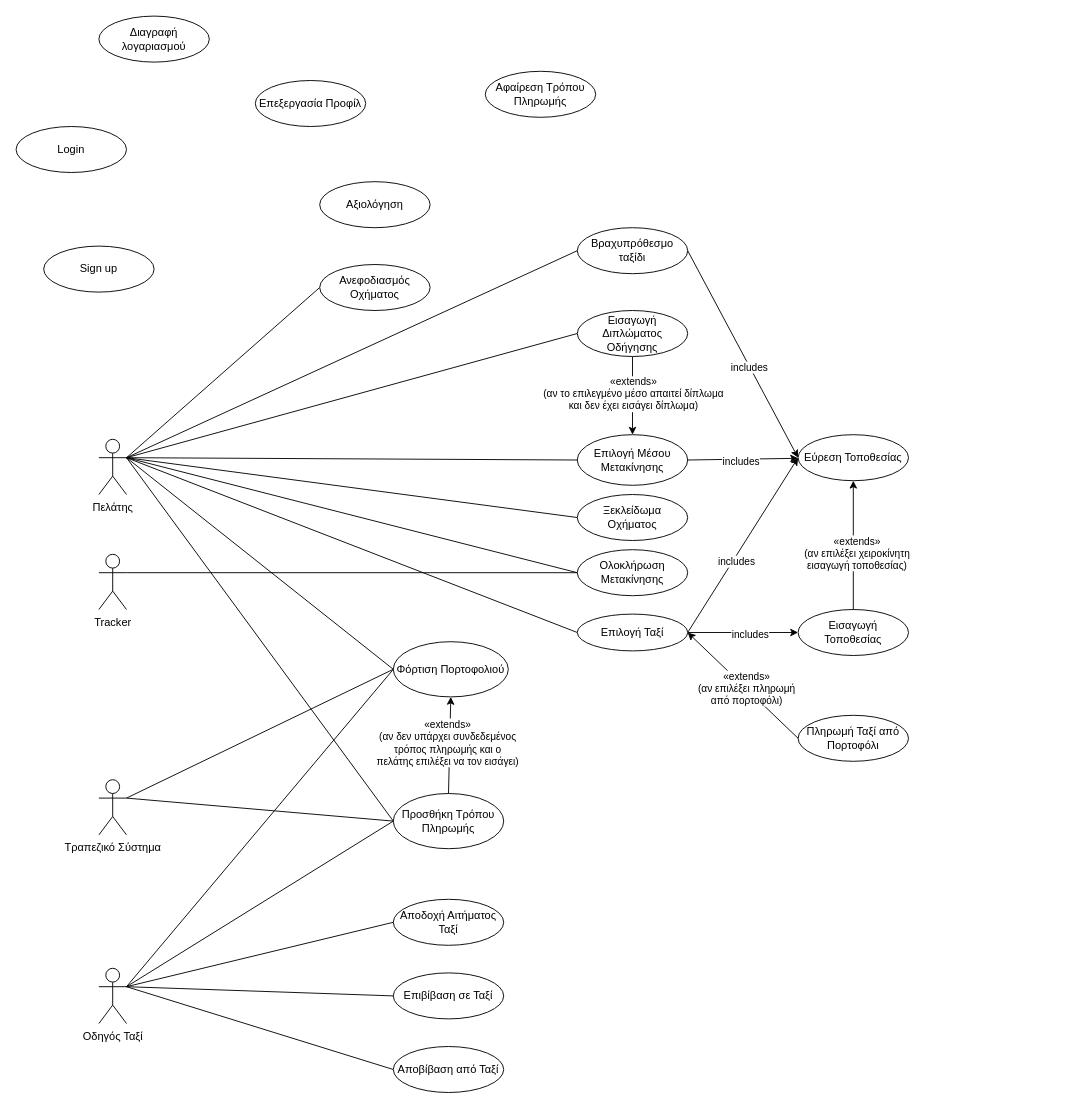
This is Part_1/Use_Case/usecases.drawio from Nikolis2002/texnoligia_logismikou, a draw.io file, before an edit. Source tidied: cells renumbered, new cells numbered last; positions are measured from the earlier drawing's top-left corner, leaving out a move shared by most shapes. Both pictures are drawn from the tidied source at 92%, with x=0, y=0 at pixel (16, 16).
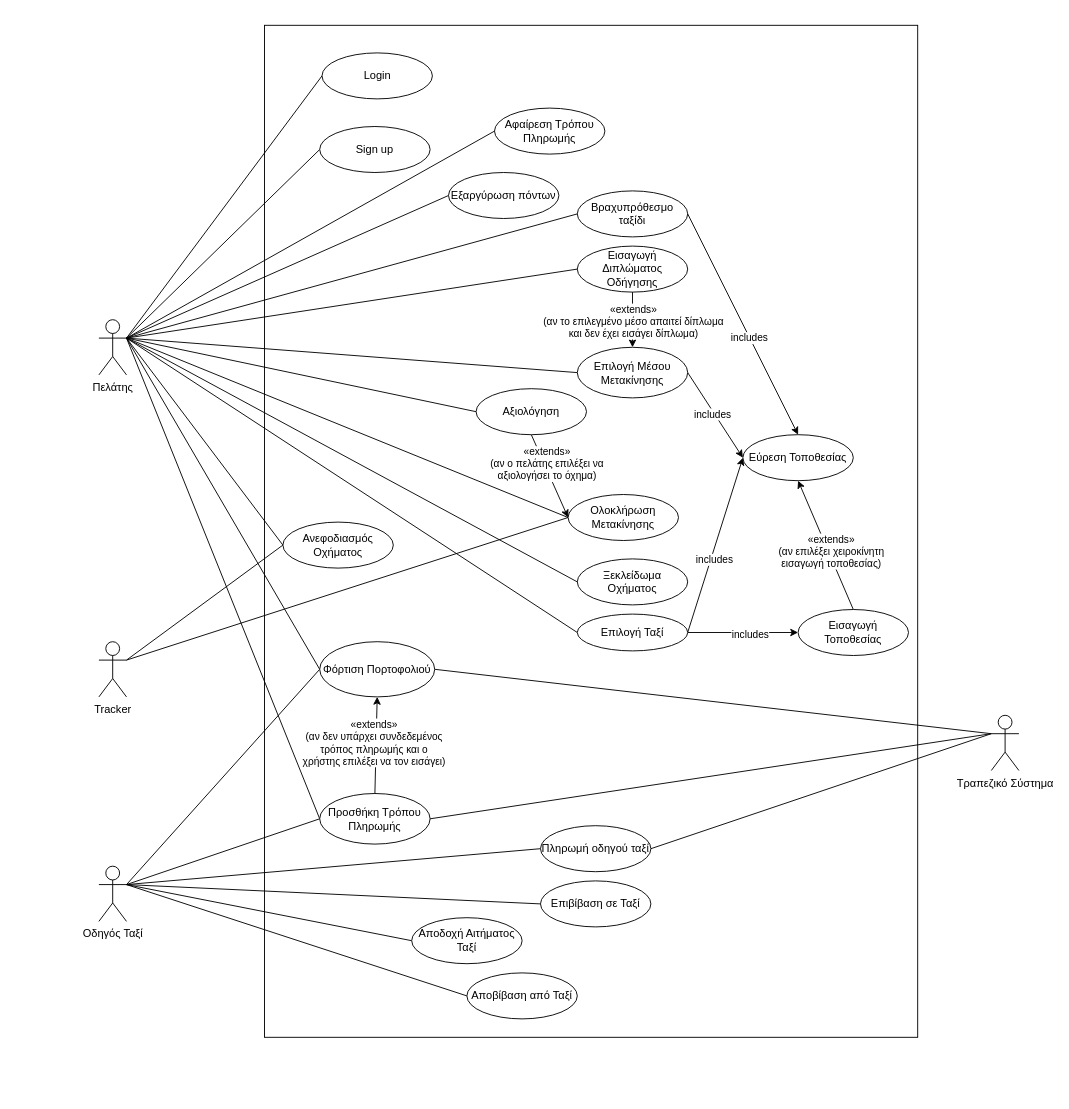
The same page after the edit.

Commit message (it also covers changes not shown here):
Fixed use case diagram

The change refers to these unchanged cells:
```xml
<mxCell id="32" style="rounded=0;jettySize=auto;html=1;exitX=0.5;exitY=0;exitDx=0;exitDy=0;entryX=0.5;entryY=1;entryDx=0;entryDy=0;" parent="1" edge="1" source="28" target="34">
  <mxGeometry relative="1" as="geometry" />
</mxCell>
```

Change to the diagram source:
```diff
@@
+    <mxCell id="60" style="rounded=0;whiteSpace=wrap;html=1;gradientColor=default;fillColor=none;" parent="1" vertex="1">
+      <mxGeometry x="270" y="10" width="710" height="1100" as="geometry" />
+    </mxCell>
@@
+    <mxCell id="61" style="rounded=0;jettySize=auto;html=1;exitX=1;exitY=0.3333333333333333;exitDx=0;exitDy=0;exitPerimeter=0;entryX=0;entryY=0.5;entryDx=0;entryDy=0;endArrow=none;endFill=0;" parent="1" edge="1" source="7" target="71">
+      <mxGeometry relative="1" as="geometry" />
+    </mxCell>
     <mxCell id="7" value="Οδηγός Ταξί" style="shape=umlActor;verticalLabelPosition=bottom;verticalAlign=top;html=1;outlineConnect=0;" parent="1" vertex="1">
-      <mxGeometry x="90" y="1035" width="30" height="60" as="geometry" />
+      <mxGeometry x="90" y="924" width="30" height="60" as="geometry" />
     </mxCell>
@@
-    <mxCell id="16" style="rounded=0;jettySize=auto;html=1;exitX=1;exitY=0.3333333333333333;exitDx=0;exitDy=0;exitPerimeter=0;entryX=0;entryY=0.5;entryDx=0;entryDy=0;endArrow=none;endFill=0;" parent="1" edge="1" source="17" target="54">
+    <mxCell id="16" style="rounded=0;jettySize=auto;html=1;exitX=1;exitY=0.3333333333333333;exitDx=0;exitDy=0;exitPerimeter=0;entryX=0;entryY=0.5;entryDx=0;entryDy=0;endArrow=none;endFill=0;" parent="1" edge="1" source="17" target="72">
       <mxGeometry relative="1" as="geometry" />
     </mxCell>
+    <mxCell id="62" style="rounded=0;jettySize=auto;html=1;exitX=1;exitY=0.3333333333333333;exitDx=0;exitDy=0;exitPerimeter=0;entryX=0;entryY=0.5;entryDx=0;entryDy=0;endArrow=none;endFill=0;" parent="1" edge="1" source="17" target="55">
+      <mxGeometry relative="1" as="geometry" />
+    </mxCell>
+    <mxCell id="63" style="rounded=0;jettySize=auto;html=1;exitX=1;exitY=0.3333333333333333;exitDx=0;exitDy=0;exitPerimeter=0;entryX=0;entryY=0.5;entryDx=0;entryDy=0;endArrow=none;endFill=0;" parent="1" edge="1" source="17" target="54">
+      <mxGeometry relative="1" as="geometry" />
+    </mxCell>
+    <mxCell id="64" style="rounded=0;jettySize=auto;html=1;exitX=1;exitY=0.3333333333333333;exitDx=0;exitDy=0;exitPerimeter=0;entryX=0;entryY=0.5;entryDx=0;entryDy=0;endArrow=none;endFill=0;" parent="1" edge="1" source="17" target="57">
+      <mxGeometry relative="1" as="geometry" />
+    </mxCell>
+    <mxCell id="65" style="rounded=0;jettySize=auto;html=1;exitX=1;exitY=0.3333333333333333;exitDx=0;exitDy=0;exitPerimeter=0;entryX=0;entryY=0.5;entryDx=0;entryDy=0;endArrow=none;endFill=0;" parent="1" edge="1" source="17" target="58">
+      <mxGeometry relative="1" as="geometry" />
+    </mxCell>
+    <mxCell id="66" style="rounded=0;jettySize=auto;html=1;exitX=1;exitY=0.3333333333333333;exitDx=0;exitDy=0;exitPerimeter=0;entryX=0;entryY=0.5;entryDx=0;entryDy=0;endArrow=none;endFill=0;" parent="1" edge="1" source="17" target="49">
+      <mxGeometry relative="1" as="geometry" />
+    </mxCell>
     <mxCell id="17" value="Πελάτης" style="shape=umlActor;verticalLabelPosition=bottom;verticalAlign=top;html=1;outlineConnect=0;" parent="1" vertex="1">
-      <mxGeometry x="90" y="460" width="30" height="60" as="geometry" />
+      <mxGeometry x="90" y="330" width="30" height="60" as="geometry" />
     </mxCell>
@@
+    <mxCell id="67" style="rounded=0;jettySize=auto;html=1;exitX=1;exitY=0.3333333333333333;exitDx=0;exitDy=0;exitPerimeter=0;entryX=0;entryY=0.5;entryDx=0;entryDy=0;endArrow=none;endFill=0;" parent="1" edge="1" source="19" target="54">
+      <mxGeometry relative="1" as="geometry" />
+    </mxCell>
     <mxCell id="19" value="Tracker" style="shape=umlActor;verticalLabelPosition=bottom;verticalAlign=top;html=1;outlineConnect=0;" parent="1" vertex="1">
-      <mxGeometry x="90" y="585" width="30" height="60" as="geometry" />
+      <mxGeometry x="90" y="680" width="30" height="60" as="geometry" />
     </mxCell>
-    <mxCell id="20" style="rounded=0;jettySize=auto;html=1;exitX=1;exitY=0.5;exitDx=0;exitDy=0;" parent="1" edge="1" source="22" target="50">
+    <mxCell id="20" style="rounded=0;jettySize=auto;html=1;exitX=1;exitY=0.5;exitDx=0;exitDy=0;entryX=0;entryY=0.5;entryDx=0;entryDy=0;" parent="1" edge="1" source="22" target="50">
       <mxGeometry relative="1" as="geometry" />
     </mxCell>
@@
-    <mxCell id="22" value="Επιλογή Μέσου Μετακίνησης" style="ellipse;whiteSpace=wrap;html=1;" parent="1" vertex="1">
-      <mxGeometry x="610" y="455" width="120" height="55" as="geometry" />
+    <mxCell id="22" value="Επιλογή Μέσου Μετακίνησης" style="ellipse;whiteSpace=wrap;html=1;strokeWidth=1;" parent="1" vertex="1">
+      <mxGeometry x="610" y="360" width="120" height="55" as="geometry" />
     </mxCell>
-    <mxCell id="23" style="edgeStyle=orthogonalEdgeStyle;rounded=0;jettySize=auto;html=1;exitX=0.5;exitY=1;exitDx=0;exitDy=0;entryX=0.5;entryY=0;entryDx=0;entryDy=0;" parent="1" edge="1" source="25" target="22">
+    <mxCell id="23" style="rounded=0;jettySize=auto;html=1;exitX=0.5;exitY=1;exitDx=0;exitDy=0;entryX=0.5;entryY=0;entryDx=0;entryDy=0;" parent="1" edge="1" source="25" target="22">
       <mxGeometry relative="1" as="geometry" />
     </mxCell>
@@
-    <mxCell id="25" value="Εισαγωγή Διπλώματος Οδήγησης" style="ellipse;whiteSpace=wrap;html=1;" parent="1" vertex="1">
-      <mxGeometry x="610" y="320" width="120" height="50" as="geometry" />
+    <mxCell id="25" value="Εισαγωγή Διπλώματος Οδήγησης" style="ellipse;whiteSpace=wrap;html=1;strokeWidth=1;" parent="1" vertex="1">
+      <mxGeometry x="610" y="250" width="120" height="50" as="geometry" />
     </mxCell>
-    <mxCell id="26" value="Ξεκλείδωμα Οχήματος" style="ellipse;whiteSpace=wrap;html=1;" parent="1" vertex="1">
-      <mxGeometry x="610" y="520" width="120" height="50" as="geometry" />
+    <mxCell id="26" value="Ξεκλείδωμα Οχήματος" style="ellipse;whiteSpace=wrap;html=1;strokeWidth=1;" parent="1" vertex="1">
+      <mxGeometry x="610" y="590" width="120" height="50" as="geometry" />
     </mxCell>
-    <mxCell id="27" value="Ολοκλήρωση Μετακίνησης" style="ellipse;whiteSpace=wrap;html=1;" parent="1" vertex="1">
-      <mxGeometry x="610" y="580" width="120" height="50" as="geometry" />
+    <mxCell id="27" value="Ολοκλήρωση Μετακίνησης" style="ellipse;whiteSpace=wrap;html=1;perimeterSpacing=0;strokeWidth=1;" parent="1" vertex="1">
+      <mxGeometry x="600" y="520" width="120" height="50" as="geometry" />
     </mxCell>
-    <mxCell id="28" value="Προσθήκη Τρόπου Πληρωμής" style="ellipse;whiteSpace=wrap;html=1;" parent="1" vertex="1">
-      <mxGeometry x="410" y="845" width="120" height="60" as="geometry" />
+    <mxCell id="28" value="Προσθήκη Τρόπου Πληρωμής" style="ellipse;whiteSpace=wrap;html=1;strokeWidth=1;" parent="1" vertex="1">
+      <mxGeometry x="330" y="845" width="120" height="55" as="geometry" />
     </mxCell>
-    <mxCell id="29" style="rounded=0;jettySize=auto;html=1;exitX=1;exitY=0.3333333333333333;exitDx=0;exitDy=0;exitPerimeter=0;entryX=0;entryY=0.5;entryDx=0;entryDy=0;endArrow=none;endFill=0;" parent="1" edge="1" source="31" target="28">
+    <mxCell id="29" style="rounded=0;jettySize=auto;html=1;entryX=1;entryY=0.5;entryDx=0;entryDy=0;endArrow=none;endFill=0;exitX=0;exitY=0.3333333333333333;exitDx=0;exitDy=0;exitPerimeter=0;" parent="1" edge="1" source="31" target="28">
       <mxGeometry relative="1" as="geometry" />
     </mxCell>
-    <mxCell id="30" style="rounded=0;jettySize=auto;html=1;exitX=1;exitY=0.3333333333333333;exitDx=0;exitDy=0;exitPerimeter=0;entryX=0;entryY=0.5;entryDx=0;entryDy=0;startArrow=none;startFill=0;endArrow=none;endFill=0;" parent="1" edge="1" source="31" target="34">
+    <mxCell id="30" style="rounded=0;jettySize=auto;html=1;exitX=0;exitY=0.3333333333333333;exitDx=0;exitDy=0;exitPerimeter=0;entryX=1;entryY=0.5;entryDx=0;entryDy=0;startArrow=none;startFill=0;endArrow=none;endFill=0;" parent="1" edge="1" source="31" target="34">
       <mxGeometry relative="1" as="geometry" />
     </mxCell>
+    <mxCell id="68" style="rounded=0;jettySize=auto;html=1;exitX=0;exitY=0.3333333333333333;exitDx=0;exitDy=0;exitPerimeter=0;entryX=1;entryY=0.5;entryDx=0;entryDy=0;endArrow=none;endFill=0;" parent="1" edge="1" source="31" target="71">
+      <mxGeometry relative="1" as="geometry" />
+    </mxCell>
     <mxCell id="31" value="Τραπεζικό Σύστημα" style="shape=umlActor;verticalLabelPosition=bottom;verticalAlign=top;html=1;outlineConnect=0;" parent="1" vertex="1">
-      <mxGeometry x="90" y="830" width="30" height="60" as="geometry" />
+      <mxGeometry x="1060" y="760" width="30" height="60" as="geometry" />
     </mxCell>
@@
-    <mxCell id="33" value="«extends»&lt;div&gt;(αν δεν υπάρχει συνδεδεμένος&lt;/div&gt;&lt;div&gt;τρόπος πληρωμής και ο&lt;/div&gt;&lt;div&gt;πελάτης επιλέξει να τον εισάγει)&lt;/div&gt;" style="edgeLabel;html=1;align=center;verticalAlign=middle;" parent="32" vertex="1">
+    <mxCell id="33" value="«extends»&lt;div&gt;(αν δεν υπάρχει συνδεδεμένος&lt;/div&gt;&lt;div&gt;τρόπος πληρωμής και ο&lt;/div&gt;&lt;div&gt;χρήστης επιλέξει να τον εισάγει)&lt;/div&gt;" style="edgeLabel;html=1;align=center;verticalAlign=middle;" parent="32" vertex="1">
       <mxGeometry x="0.05" y="3" relative="1" as="geometry" />
     </mxCell>
-    <mxCell id="34" value="Φόρτιση Πορτοφολιού" style="ellipse;whiteSpace=wrap;html=1;" parent="1" vertex="1">
-      <mxGeometry x="410" y="680" width="125" height="60" as="geometry" />
+    <mxCell id="34" value="Φόρτιση Πορτοφολιού" style="ellipse;whiteSpace=wrap;html=1;strokeWidth=1;" parent="1" vertex="1">
+      <mxGeometry x="330" y="680" width="125" height="60" as="geometry" />
     </mxCell>
@@
-    <mxCell id="39" value="Επιλογή Ταξί" style="ellipse;whiteSpace=wrap;html=1;" parent="1" vertex="1">
+    <mxCell id="39" value="Επιλογή Ταξί" style="ellipse;whiteSpace=wrap;html=1;strokeWidth=1;" parent="1" vertex="1">
       <mxGeometry x="610" y="650" width="120" height="40" as="geometry" />
     </mxCell>
-    <mxCell id="40" value="Αποδοχή Αιτήματος Ταξί" style="ellipse;whiteSpace=wrap;html=1;" parent="1" vertex="1">
-      <mxGeometry x="410" y="960" width="120" height="50" as="geometry" />
+    <mxCell id="40" value="Αποδοχή Αιτήματος Ταξί" style="ellipse;whiteSpace=wrap;html=1;strokeWidth=1;" parent="1" vertex="1">
+      <mxGeometry x="430" y="980" width="120" height="50" as="geometry" />
     </mxCell>
-    <mxCell id="41" value="Αποβίβαση από Ταξί" style="ellipse;whiteSpace=wrap;html=1;" parent="1" vertex="1">
-      <mxGeometry x="410" y="1120" width="120" height="50" as="geometry" />
+    <mxCell id="41" value="Αποβίβαση από Ταξί" style="ellipse;whiteSpace=wrap;html=1;strokeWidth=1;" parent="1" vertex="1">
+      <mxGeometry x="490" y="1040" width="120" height="50" as="geometry" />
     </mxCell>
-    <mxCell id="42" value="Επιβίβαση σε Ταξί" style="ellipse;whiteSpace=wrap;html=1;" parent="1" vertex="1">
-      <mxGeometry x="410" y="1040" width="120" height="50" as="geometry" />
+    <mxCell id="42" value="Επιβίβαση σε Ταξί" style="ellipse;whiteSpace=wrap;html=1;strokeWidth=1;" parent="1" vertex="1">
+      <mxGeometry x="570" y="940" width="120" height="50" as="geometry" />
     </mxCell>
-    <mxCell id="43" style="rounded=0;jettySize=auto;html=1;exitX=1;exitY=0.5;exitDx=0;exitDy=0;entryX=0;entryY=0.5;entryDx=0;entryDy=0;" parent="1" edge="1" source="45" target="50">
+    <mxCell id="43" style="rounded=0;jettySize=auto;html=1;exitX=1;exitY=0.5;exitDx=0;exitDy=0;entryX=0.5;entryY=0;entryDx=0;entryDy=0;" parent="1" edge="1" source="45" target="50">
       <mxGeometry relative="1" as="geometry" />
     </mxCell>
@@
-    <mxCell id="45" value="Βραχυπρόθεσμο ταξίδι" style="ellipse;whiteSpace=wrap;html=1;" parent="1" vertex="1">
-      <mxGeometry x="610" y="230" width="120" height="50" as="geometry" />
+    <mxCell id="45" value="Βραχυπρόθεσμο ταξίδι" style="ellipse;whiteSpace=wrap;html=1;strokeWidth=1;" parent="1" vertex="1">
+      <mxGeometry x="610" y="190" width="120" height="50" as="geometry" />
     </mxCell>
-    <mxCell id="46" style="rounded=0;jettySize=auto;html=1;exitX=0;exitY=0.5;exitDx=0;exitDy=0;entryX=1;entryY=0.5;entryDx=0;entryDy=0;" parent="1" edge="1" source="48" target="39">
-      <mxGeometry relative="1" as="geometry" />
-    </mxCell>
-    <mxCell id="47" value="«extends»&lt;div&gt;(αν επιλέξει πληρωμή&lt;/div&gt;&lt;div&gt;από πορτοφόλι)&lt;/div&gt;" style="edgeLabel;html=1;align=center;verticalAlign=middle;" parent="46" vertex="1">
-      <mxGeometry x="-0.05" relative="1" as="geometry">
-        <mxPoint x="1" as="offset" />
-      </mxGeometry>
-    </mxCell>
-    <mxCell id="48" value="Πληρωμή Ταξί από Πορτοφόλι" style="ellipse;whiteSpace=wrap;html=1;" parent="1" vertex="1">
-      <mxGeometry x="850" y="760" width="120" height="50" as="geometry" />
-    </mxCell>
     <mxCell id="49" value="Αφαίρεση Τρόπου Πληρωμής" style="ellipse;whiteSpace=wrap;html=1;" parent="1" vertex="1">
-      <mxGeometry x="510" y="60" width="120" height="50" as="geometry" />
+      <mxGeometry x="520" y="100" width="120" height="50" as="geometry" />
     </mxCell>
-    <mxCell id="50" value="Εύρεση Τοποθεσίας" style="ellipse;whiteSpace=wrap;html=1;" parent="1" vertex="1">
-      <mxGeometry x="850" y="455" width="120" height="50" as="geometry" />
+    <mxCell id="50" value="Εύρεση Τοποθεσίας" style="ellipse;whiteSpace=wrap;html=1;strokeWidth=1;" parent="1" vertex="1">
+      <mxGeometry x="790" y="455" width="120" height="50" as="geometry" />
     </mxCell>
@@
-    <mxCell id="53" value="Εισαγωγή Τοποθεσίας" style="ellipse;whiteSpace=wrap;html=1;" parent="1" vertex="1">
+    <mxCell id="53" value="Εισαγωγή Τοποθεσίας" style="ellipse;whiteSpace=wrap;html=1;strokeWidth=1;" parent="1" vertex="1">
       <mxGeometry x="850" y="645" width="120" height="50" as="geometry" />
     </mxCell>
-    <mxCell id="54" value="Ανεφοδιασμός Οχήματος" style="ellipse;whiteSpace=wrap;html=1;" parent="1" vertex="1">
-      <mxGeometry x="330" y="270" width="120" height="50" as="geometry" />
-    </mxCell>
+    <mxCell id="69" style="rounded=0;jettySize=auto;html=1;exitX=0.5;exitY=1;exitDx=0;exitDy=0;entryX=0;entryY=0.5;entryDx=0;entryDy=0;" parent="1" edge="1" source="55" target="27">
+      <mxGeometry relative="1" as="geometry" />
+    </mxCell>
+    <mxCell id="70" value="«extends»&lt;div&gt;(αν ο πελάτης επιλέξει να&lt;/div&gt;&lt;div&gt;αξιολογήσει το όχημα)&lt;/div&gt;" style="edgeLabel;html=1;align=center;verticalAlign=middle;" parent="69" vertex="1">
+      <mxGeometry x="-0.28" y="2" relative="1" as="geometry" />
+    </mxCell>
-    <mxCell id="55" value="Αξιολόγηση" style="ellipse;whiteSpace=wrap;html=1;" parent="1" vertex="1">
-      <mxGeometry x="330" y="180" width="120" height="50" as="geometry" />
+    <mxCell id="55" value="Αξιολόγηση" style="ellipse;whiteSpace=wrap;html=1;strokeWidth=1;" parent="1" vertex="1">
+      <mxGeometry x="500" y="405" width="120" height="50" as="geometry" />
     </mxCell>
-    <mxCell id="56" value="Επεξεργασία Προφίλ" style="ellipse;whiteSpace=wrap;html=1;" parent="1" vertex="1">
-      <mxGeometry x="260" y="70" width="120" height="50" as="geometry" />
-    </mxCell>
     <mxCell id="57" value="Login" style="ellipse;whiteSpace=wrap;html=1;" parent="1" vertex="1">
-      <mxGeometry y="120" width="120" height="50" as="geometry" />
+      <mxGeometry x="332.5" y="40" width="120" height="50" as="geometry" />
     </mxCell>
     <mxCell id="58" value="Sign up" style="ellipse;whiteSpace=wrap;html=1;" parent="1" vertex="1">
-      <mxGeometry x="30" y="250" width="120" height="50" as="geometry" />
+      <mxGeometry x="330" y="120" width="120" height="50" as="geometry" />
     </mxCell>
-    <mxCell id="59" value="Διαγραφή λογαριασμού" style="ellipse;whiteSpace=wrap;html=1;" parent="1" vertex="1">
-      <mxGeometry x="90" width="120" height="50" as="geometry" />
-    </mxCell>
+    <mxCell id="71" value="Πληρωμή οδηγού ταξί" style="ellipse;whiteSpace=wrap;html=1;" parent="1" vertex="1">
+      <mxGeometry x="570" y="880" width="120" height="50" as="geometry" />
+    </mxCell>
+    <mxCell id="72" value="Εξαργύρωση πόντων" style="ellipse;whiteSpace=wrap;html=1;" parent="1" vertex="1">
+      <mxGeometry x="470" y="170" width="120" height="50" as="geometry" />
+    </mxCell>
+    <mxCell id="54" value="Ανεφοδιασμός Οχήματος" style="ellipse;whiteSpace=wrap;html=1;strokeWidth=1;" parent="1" vertex="1">
+      <mxGeometry x="290" y="550" width="120" height="50" as="geometry" />
+    </mxCell>
```
